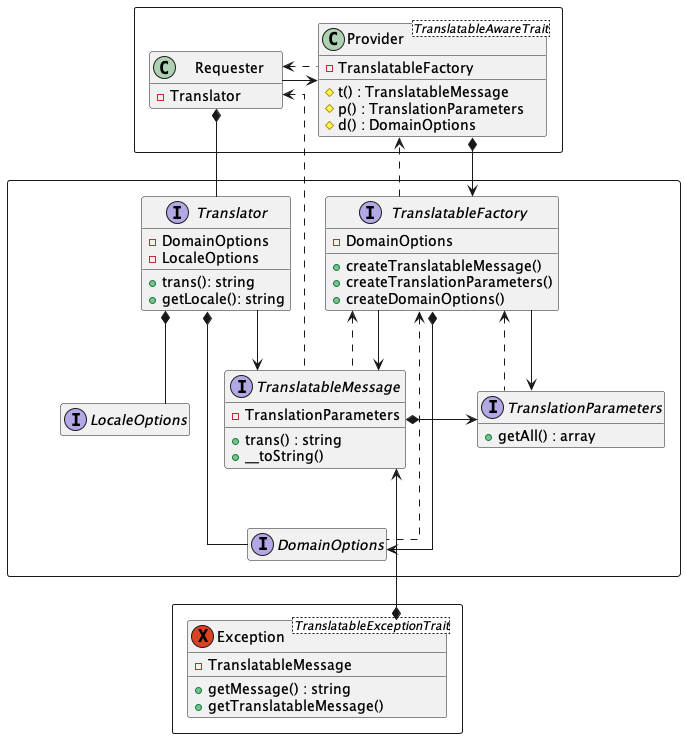
php-tuf/composer-stager keeps this PlantUML diagram as docs/translation/detail.png. Above is the earlier version. Its source is kept beside it as docs/translation/detail.puml.
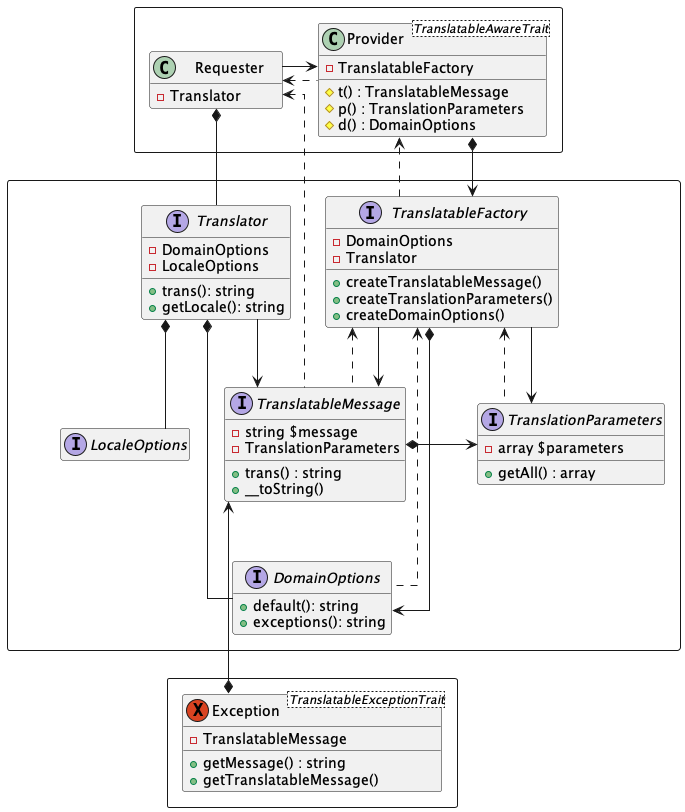
Above is the later version.

Change to the diagram source:
```diff
@@ -22,18 +22,21 @@
 
     interface TranslatableFactory {
         -DomainOptions
+        -Translator
         +createTranslatableMessage()
         +createTranslationParameters()
         +createDomainOptions()
     }
 
     interface TranslatableMessage {
+        -string $message
         -TranslationParameters
         +trans() : string
         +__toString()
     }
 
     interface TranslationParameters {
+        -array $parameters
         +getAll() : array
     }
 
@@ -45,6 +48,8 @@
     }
 
     interface DomainOptions {
+        +default(): string
+        +exceptions(): string
     }
 
     interface LocaleOptions {
```
